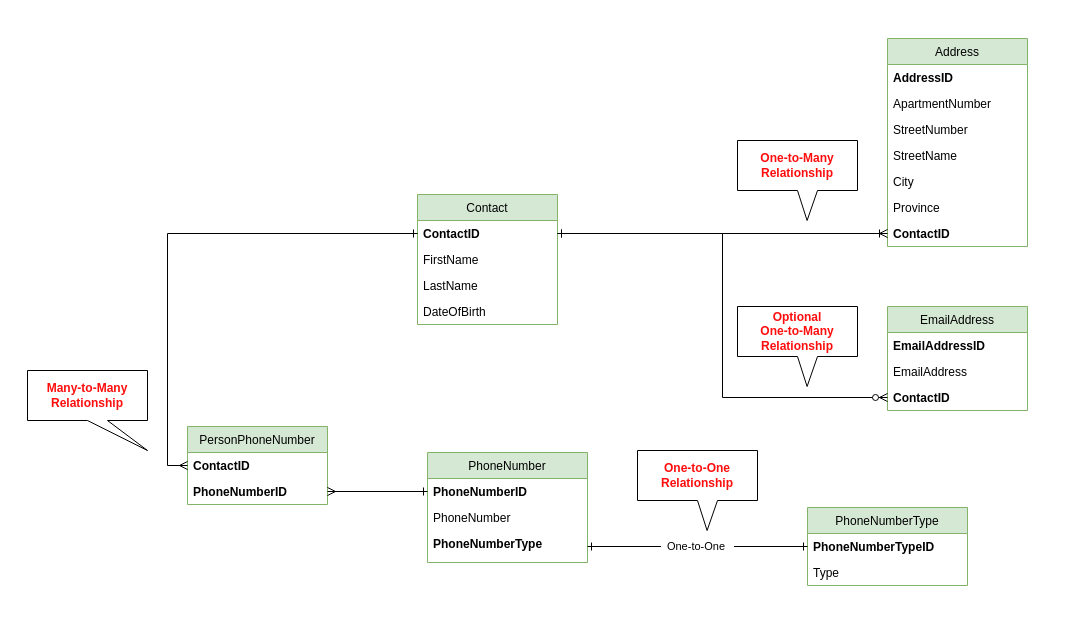
Above: hackathon_erd.drawio in rydevops/sqlalchemyhackathon (draw.io), before the change. Source tidied: cells renumbered, new cells numbered last; positions are measured from the earlier drawing's top-left corner, leaving out a move shared by most shapes. Both pictures are drawn from the tidied source at 100%, with x=0, y=0 at pixel (27, 38).
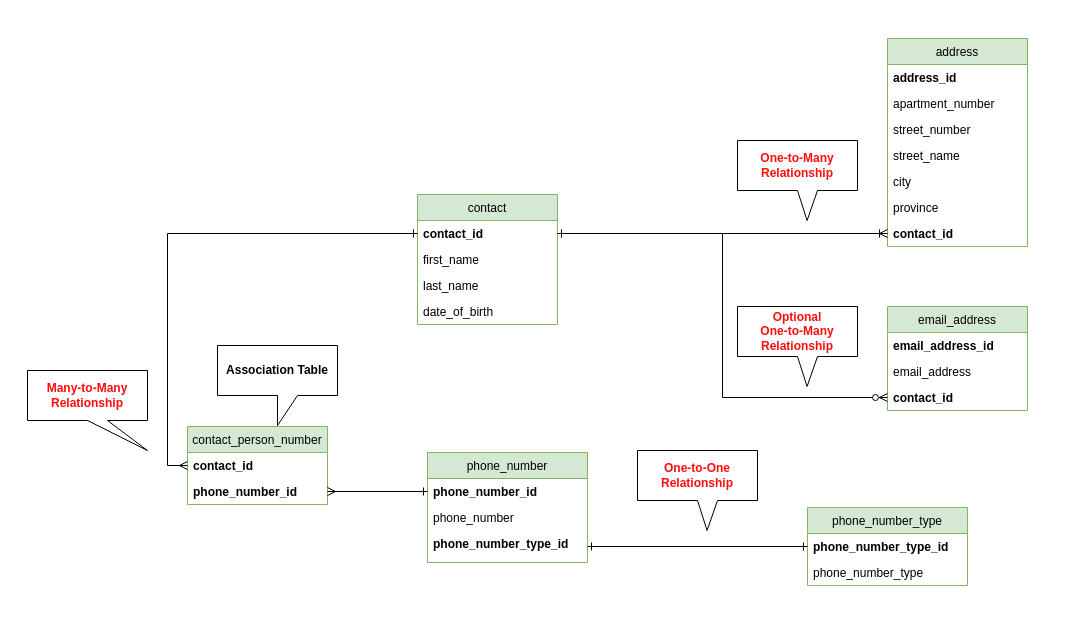
Above is the later version.

What changed in the source:
```diff
@@
+    <mxCell id="38" style="rounded=0;whiteSpace=wrap;html=1;fillColor=none;strokeColor=none;" parent="1" vertex="1">
+      <mxGeometry x="-10" y="-21" width="1040" height="600" as="geometry" />
+    </mxCell>
-    <mxCell id="2" value="Contact" style="swimlane;fontStyle=0;horizontal=1;startSize=26;fillColor=#d5e8d4;strokeColor=#82b366;" parent="1" vertex="1">
+    <mxCell id="2" value="contact" style="swimlane;fontStyle=0;horizontal=1;startSize=26;fillColor=#d5e8d4;strokeColor=#82b366;" parent="1" vertex="1">
       <mxGeometry x="390" y="156" width="140" height="130" as="geometry" />
     </mxCell>
-    <mxCell id="3" value="ContactID" style="text;strokeColor=none;fillColor=none;align=left;verticalAlign=top;spacingLeft=4;spacingRight=4;overflow=hidden;points=[[0,0.5],[1,0.5]];portConstraint=eastwest;fontStyle=1;" parent="2" vertex="1">
+    <mxCell id="3" value="contact_id" style="text;strokeColor=none;fillColor=none;align=left;verticalAlign=top;spacingLeft=4;spacingRight=4;overflow=hidden;points=[[0,0.5],[1,0.5]];portConstraint=eastwest;fontStyle=1;" parent="2" vertex="1">
       <mxGeometry y="26" width="140" height="26" as="geometry" />
     </mxCell>
-    <mxCell id="4" value="FirstName&#10;" style="text;strokeColor=none;fillColor=none;align=left;verticalAlign=top;spacingLeft=4;spacingRight=4;overflow=hidden;" parent="2" vertex="1">
+    <mxCell id="4" value="first_name&#10;" style="text;strokeColor=none;fillColor=none;align=left;verticalAlign=top;spacingLeft=4;spacingRight=4;overflow=hidden;" parent="2" vertex="1">
       <mxGeometry y="52" width="140" height="26" as="geometry" />
     </mxCell>
-    <mxCell id="5" value="LastName" style="text;strokeColor=none;fillColor=none;align=left;verticalAlign=top;spacingLeft=4;spacingRight=4;overflow=hidden;" parent="2" vertex="1">
+    <mxCell id="5" value="last_name" style="text;strokeColor=none;fillColor=none;align=left;verticalAlign=top;spacingLeft=4;spacingRight=4;overflow=hidden;" parent="2" vertex="1">
       <mxGeometry y="78" width="140" height="26" as="geometry" />
     </mxCell>
-    <mxCell id="6" value="DateOfBirth" style="text;strokeColor=none;fillColor=none;align=left;verticalAlign=top;spacingLeft=4;spacingRight=4;overflow=hidden;" parent="2" vertex="1">
+    <mxCell id="6" value="date_of_birth" style="text;strokeColor=none;fillColor=none;align=left;verticalAlign=top;spacingLeft=4;spacingRight=4;overflow=hidden;" parent="2" vertex="1">
       <mxGeometry y="104" width="140" height="26" as="geometry" />
     </mxCell>
-    <mxCell id="7" value="Address" style="swimlane;fontStyle=0;horizontal=1;startSize=26;fillColor=#d5e8d4;strokeColor=#82b366;" parent="1" vertex="1">
+    <mxCell id="7" value="address" style="swimlane;fontStyle=0;horizontal=1;startSize=26;fillColor=#d5e8d4;strokeColor=#82b366;" parent="1" vertex="1">
       <mxGeometry x="860" width="140" height="208" as="geometry" />
     </mxCell>
-    <mxCell id="8" value="AddressID" style="text;strokeColor=none;fillColor=none;align=left;verticalAlign=top;spacingLeft=4;spacingRight=4;overflow=hidden;fontStyle=1;" parent="7" vertex="1">
+    <mxCell id="8" value="address_id" style="text;strokeColor=none;fillColor=none;align=left;verticalAlign=top;spacingLeft=4;spacingRight=4;overflow=hidden;fontStyle=1;" parent="7" vertex="1">
       <mxGeometry y="26" width="140" height="26" as="geometry" />
     </mxCell>
-    <mxCell id="9" value="ApartmentNumber" style="text;strokeColor=none;fillColor=none;align=left;verticalAlign=top;spacingLeft=4;spacingRight=4;overflow=hidden;" parent="7" vertex="1">
+    <mxCell id="9" value="apartment_number" style="text;strokeColor=none;fillColor=none;align=left;verticalAlign=top;spacingLeft=4;spacingRight=4;overflow=hidden;" parent="7" vertex="1">
       <mxGeometry y="52" width="140" height="26" as="geometry" />
     </mxCell>
-    <mxCell id="10" value="StreetNumber" style="text;strokeColor=none;fillColor=none;align=left;verticalAlign=top;spacingLeft=4;spacingRight=4;overflow=hidden;" parent="7" vertex="1">
+    <mxCell id="10" value="street_number" style="text;strokeColor=none;fillColor=none;align=left;verticalAlign=top;spacingLeft=4;spacingRight=4;overflow=hidden;" parent="7" vertex="1">
       <mxGeometry y="78" width="140" height="26" as="geometry" />
     </mxCell>
-    <mxCell id="11" value="StreetName" style="text;strokeColor=none;fillColor=none;align=left;verticalAlign=top;spacingLeft=4;spacingRight=4;overflow=hidden;" parent="7" vertex="1">
+    <mxCell id="11" value="street_name" style="text;strokeColor=none;fillColor=none;align=left;verticalAlign=top;spacingLeft=4;spacingRight=4;overflow=hidden;" parent="7" vertex="1">
       <mxGeometry y="104" width="140" height="26" as="geometry" />
     </mxCell>
-    <mxCell id="12" value="City" style="text;strokeColor=none;fillColor=none;align=left;verticalAlign=top;spacingLeft=4;spacingRight=4;overflow=hidden;" parent="7" vertex="1">
+    <mxCell id="12" value="city" style="text;strokeColor=none;fillColor=none;align=left;verticalAlign=top;spacingLeft=4;spacingRight=4;overflow=hidden;" parent="7" vertex="1">
       <mxGeometry y="130" width="140" height="26" as="geometry" />
     </mxCell>
-    <mxCell id="13" value="Province" style="text;strokeColor=none;fillColor=none;align=left;verticalAlign=top;spacingLeft=4;spacingRight=4;overflow=hidden;" parent="7" vertex="1">
+    <mxCell id="13" value="province" style="text;strokeColor=none;fillColor=none;align=left;verticalAlign=top;spacingLeft=4;spacingRight=4;overflow=hidden;" parent="7" vertex="1">
       <mxGeometry y="156" width="140" height="26" as="geometry" />
     </mxCell>
-    <mxCell id="14" value="ContactID" style="text;strokeColor=none;fillColor=none;align=left;verticalAlign=top;spacingLeft=4;spacingRight=4;overflow=hidden;points=[[0,0.5],[1,0.5]];portConstraint=eastwest;fontStyle=1;" parent="7" vertex="1">
+    <mxCell id="14" value="contact_id" style="text;strokeColor=none;fillColor=none;align=left;verticalAlign=top;spacingLeft=4;spacingRight=4;overflow=hidden;points=[[0,0.5],[1,0.5]];portConstraint=eastwest;fontStyle=1;" parent="7" vertex="1">
       <mxGeometry y="182" width="140" height="26" as="geometry" />
     </mxCell>
-    <mxCell id="15" value="PhoneNumber" style="swimlane;fontStyle=0;horizontal=1;startSize=26;fillColor=#d5e8d4;strokeColor=#82b366;" parent="1" vertex="1">
+    <mxCell id="15" value="phone_number" style="swimlane;fontStyle=0;horizontal=1;startSize=26;fillColor=#d5e8d4;strokeColor=#82b366;" parent="1" vertex="1">
       <mxGeometry x="400" y="414" width="160" height="110" as="geometry" />
     </mxCell>
-    <mxCell id="16" value="PhoneNumberID" style="text;strokeColor=none;fillColor=none;align=left;verticalAlign=top;spacingLeft=4;spacingRight=4;overflow=hidden;points=[[0,0.5],[1,0.5]];portConstraint=eastwest;fontStyle=1;" parent="15" vertex="1">
+    <mxCell id="16" value="phone_number_id" style="text;strokeColor=none;fillColor=none;align=left;verticalAlign=top;spacingLeft=4;spacingRight=4;overflow=hidden;points=[[0,0.5],[1,0.5]];portConstraint=eastwest;fontStyle=1;" parent="15" vertex="1">
       <mxGeometry y="26" width="160" height="26" as="geometry" />
     </mxCell>
-    <mxCell id="17" value="PhoneNumber&#10;" style="text;strokeColor=none;fillColor=none;align=left;verticalAlign=top;spacingLeft=4;spacingRight=4;overflow=hidden;" parent="15" vertex="1">
+    <mxCell id="17" value="phone_number&#10;" style="text;strokeColor=none;fillColor=none;align=left;verticalAlign=top;spacingLeft=4;spacingRight=4;overflow=hidden;" parent="15" vertex="1">
       <mxGeometry y="52" width="160" height="26" as="geometry" />
     </mxCell>
-    <mxCell id="18" value="PhoneNumberType" style="text;strokeColor=none;fillColor=none;align=left;verticalAlign=top;spacingLeft=4;spacingRight=4;overflow=hidden;points=[[0,0.5],[1,0.5]];portConstraint=eastwest;fontStyle=1;" parent="15" vertex="1">
+    <mxCell id="18" value="phone_number_type_id" style="text;strokeColor=none;fillColor=none;align=left;verticalAlign=top;spacingLeft=4;spacingRight=4;overflow=hidden;points=[[0,0.5],[1,0.5]];portConstraint=eastwest;fontStyle=1;" parent="15" vertex="1">
       <mxGeometry y="78" width="160" height="32" as="geometry" />
     </mxCell>
-    <mxCell id="19" value="PhoneNumberType" style="swimlane;fontStyle=0;horizontal=1;startSize=26;fillColor=#d5e8d4;strokeColor=#82b366;" parent="1" vertex="1">
+    <mxCell id="19" value="phone_number_type" style="swimlane;fontStyle=0;horizontal=1;startSize=26;fillColor=#d5e8d4;strokeColor=#82b366;" parent="1" vertex="1">
       <mxGeometry x="780" y="469" width="160" height="78" as="geometry" />
     </mxCell>
-    <mxCell id="20" value="PhoneNumberTypeID" style="text;strokeColor=none;fillColor=none;align=left;verticalAlign=top;spacingLeft=4;spacingRight=4;overflow=hidden;points=[[0,0.5],[1,0.5]];portConstraint=eastwest;fontStyle=1;" parent="19" vertex="1">
+    <mxCell id="20" value="phone_number_type_id" style="text;strokeColor=none;fillColor=none;align=left;verticalAlign=top;spacingLeft=4;spacingRight=4;overflow=hidden;points=[[0,0.5],[1,0.5]];portConstraint=eastwest;fontStyle=1;" parent="19" vertex="1">
       <mxGeometry y="26" width="160" height="26" as="geometry" />
     </mxCell>
-    <mxCell id="21" value="Type&#10;" style="text;strokeColor=none;fillColor=none;align=left;verticalAlign=top;spacingLeft=4;spacingRight=4;overflow=hidden;" parent="19" vertex="1">
+    <mxCell id="21" value="phone_number_type&#10;" style="text;strokeColor=none;fillColor=none;align=left;verticalAlign=top;spacingLeft=4;spacingRight=4;overflow=hidden;" parent="19" vertex="1">
       <mxGeometry y="52" width="160" height="26" as="geometry" />
     </mxCell>
-    <mxCell id="22" value="&amp;nbsp; One-to-One&amp;nbsp; &amp;nbsp;" style="edgeStyle=orthogonalEdgeStyle;rounded=0;jettySize=auto;html=1;exitX=1;exitY=0.5;exitDx=0;exitDy=0;entryX=0;entryY=0.5;entryDx=0;entryDy=0;startArrow=ERone;startFill=0;endArrow=ERone;endFill=0;" parent="1" edge="1" source="18" target="20">
+    <mxCell id="22" style="edgeStyle=orthogonalEdgeStyle;rounded=0;jettySize=auto;html=1;exitX=1;exitY=0.5;exitDx=0;exitDy=0;entryX=0;entryY=0.5;entryDx=0;entryDy=0;startArrow=ERone;startFill=0;endArrow=ERone;endFill=0;" parent="1" edge="1" source="18" target="20">
       <mxGeometry relative="1" as="geometry" />
     </mxCell>
@@
-    <mxCell id="24" value="PersonPhoneNumber" style="swimlane;fontStyle=0;horizontal=1;startSize=26;fillColor=#d5e8d4;strokeColor=#82b366;" parent="1" vertex="1">
+    <mxCell id="24" value="contact_person_number" style="swimlane;fontStyle=0;horizontal=1;startSize=26;fillColor=#d5e8d4;strokeColor=#82b366;" parent="1" vertex="1">
       <mxGeometry x="160" y="388" width="140" height="78" as="geometry" />
     </mxCell>
-    <mxCell id="25" value="ContactID" style="text;strokeColor=none;fillColor=none;align=left;verticalAlign=top;spacingLeft=4;spacingRight=4;overflow=hidden;fontStyle=1;" parent="24" vertex="1">
+    <mxCell id="25" value="contact_id" style="text;strokeColor=none;fillColor=none;align=left;verticalAlign=top;spacingLeft=4;spacingRight=4;overflow=hidden;fontStyle=1;" parent="24" vertex="1">
       <mxGeometry y="26" width="140" height="26" as="geometry" />
     </mxCell>
-    <mxCell id="26" value="PhoneNumberID&#10;" style="text;strokeColor=none;fillColor=none;align=left;verticalAlign=top;spacingLeft=4;spacingRight=4;overflow=hidden;points=[[0,0.5],[1,0.5]];portConstraint=eastwest;fontStyle=1;" parent="24" vertex="1">
+    <mxCell id="26" value="phone_number_id&#10;" style="text;strokeColor=none;fillColor=none;align=left;verticalAlign=top;spacingLeft=4;spacingRight=4;overflow=hidden;points=[[0,0.5],[1,0.5]];portConstraint=eastwest;fontStyle=1;" parent="24" vertex="1">
       <mxGeometry y="52" width="140" height="26" as="geometry" />
     </mxCell>
@@
-    <mxCell id="32" value="EmailAddress" style="swimlane;fontStyle=0;horizontal=1;startSize=26;fillColor=#d5e8d4;strokeColor=#82b366;" parent="1" vertex="1">
+    <mxCell id="32" value="email_address" style="swimlane;fontStyle=0;horizontal=1;startSize=26;fillColor=#d5e8d4;strokeColor=#82b366;" parent="1" vertex="1">
       <mxGeometry x="860" y="268" width="140" height="104" as="geometry" />
     </mxCell>
-    <mxCell id="33" value="EmailAddressID" style="text;strokeColor=none;fillColor=none;align=left;verticalAlign=top;spacingLeft=4;spacingRight=4;overflow=hidden;fontStyle=1;" parent="32" vertex="1">
+    <mxCell id="33" value="email_address_id" style="text;strokeColor=none;fillColor=none;align=left;verticalAlign=top;spacingLeft=4;spacingRight=4;overflow=hidden;fontStyle=1;" parent="32" vertex="1">
       <mxGeometry y="26" width="140" height="26" as="geometry" />
     </mxCell>
-    <mxCell id="34" value="EmailAddress" style="text;strokeColor=none;fillColor=none;align=left;verticalAlign=top;spacingLeft=4;spacingRight=4;overflow=hidden;" parent="32" vertex="1">
+    <mxCell id="34" value="email_address" style="text;strokeColor=none;fillColor=none;align=left;verticalAlign=top;spacingLeft=4;spacingRight=4;overflow=hidden;" parent="32" vertex="1">
       <mxGeometry y="52" width="140" height="26" as="geometry" />
     </mxCell>
-    <mxCell id="35" value="ContactID" style="text;strokeColor=none;fillColor=none;align=left;verticalAlign=top;spacingLeft=4;spacingRight=4;overflow=hidden;points=[[0,0.5],[1,0.5]];portConstraint=eastwest;fontStyle=1;" parent="32" vertex="1">
+    <mxCell id="35" value="contact_id" style="text;strokeColor=none;fillColor=none;align=left;verticalAlign=top;spacingLeft=4;spacingRight=4;overflow=hidden;points=[[0,0.5],[1,0.5]];portConstraint=eastwest;fontStyle=1;" parent="32" vertex="1">
       <mxGeometry y="78" width="140" height="26" as="geometry" />
     </mxCell>
@@
+    <mxCell id="39" value="Association Table" style="shape=callout;whiteSpace=wrap;html=1;perimeter=calloutPerimeter;fontStyle=1;" parent="1" vertex="1">
+      <mxGeometry x="190" y="307" width="120" height="80" as="geometry" />
+    </mxCell>
```
